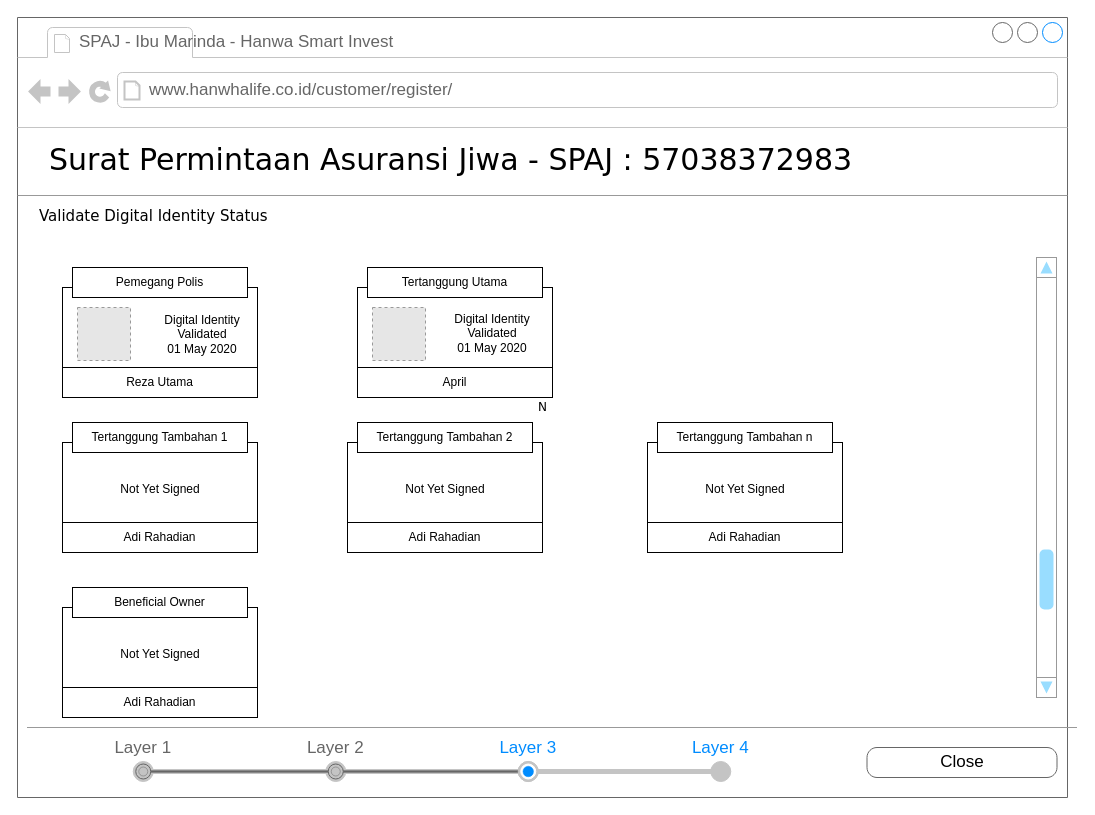
Before: page "DigitalSign" (17 of 17) of CustomerInvitation.drawio in gustianom/hanwhaiso, a draw.io diagram. Source tidied: cells renumbered, new cells numbered last; positions are measured from the earlier drawing's top-left corner, leaving out a move shared by most shapes. Both pictures are drawn from the tidied source at 100%, with x=0, y=0 at pixel (17, 17). Pictures stored in the file or linked from it are replaced by grey dashed boxes.
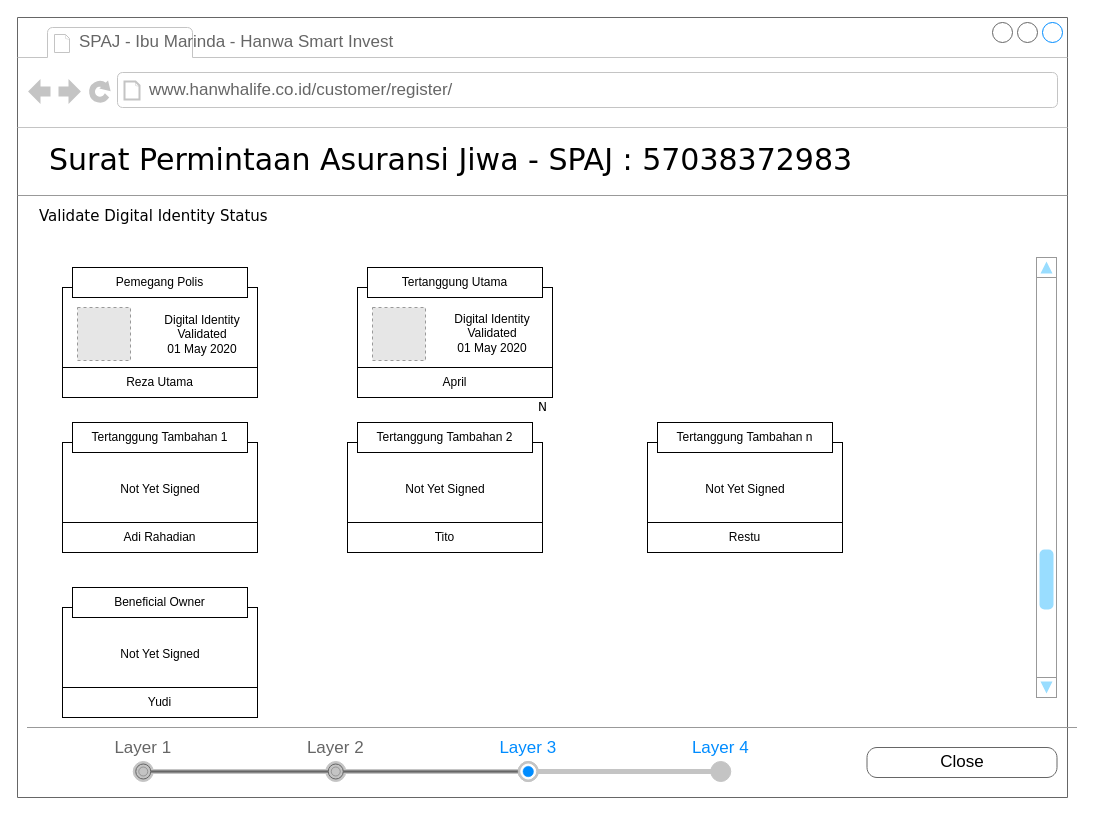
Above is the later version.

The change refers to these unchanged cells:
```xml
<mxCell id="2" value="N" style="strokeWidth=1;shadow=0;dashed=0;align=center;html=1;shape=mxgraph.mockup.containers.browserWindow;rSize=0;strokeColor=#666666;mainText=,;rounded=0;labelBackgroundColor=none;fontFamily=Verdana;fontSize=12;" parent="1" vertex="1">
  <mxGeometry width="1050" height="780" as="geometry" />
</mxCell>
```

Change to the diagram source:
```diff
@@
-    <mxCell id="25" value="Adi Rahadian" style="rounded=0;whiteSpace=wrap;html=1;" parent="2" vertex="1">
+    <mxCell id="25" value="Tito" style="rounded=0;whiteSpace=wrap;html=1;" parent="2" vertex="1">
       <mxGeometry x="330" y="505" width="195" height="30" as="geometry" />
     </mxCell>
@@
-    <mxCell id="29" value="Adi Rahadian" style="rounded=0;whiteSpace=wrap;html=1;" parent="2" vertex="1">
+    <mxCell id="29" value="Restu" style="rounded=0;whiteSpace=wrap;html=1;" parent="2" vertex="1">
       <mxGeometry x="630" y="505" width="195" height="30" as="geometry" />
     </mxCell>
@@
-    <mxCell id="33" value="Adi Rahadian" style="rounded=0;whiteSpace=wrap;html=1;" parent="2" vertex="1">
+    <mxCell id="33" value="Yudi" style="rounded=0;whiteSpace=wrap;html=1;" parent="2" vertex="1">
       <mxGeometry x="45" y="670" width="195" height="30" as="geometry" />
     </mxCell>
```
